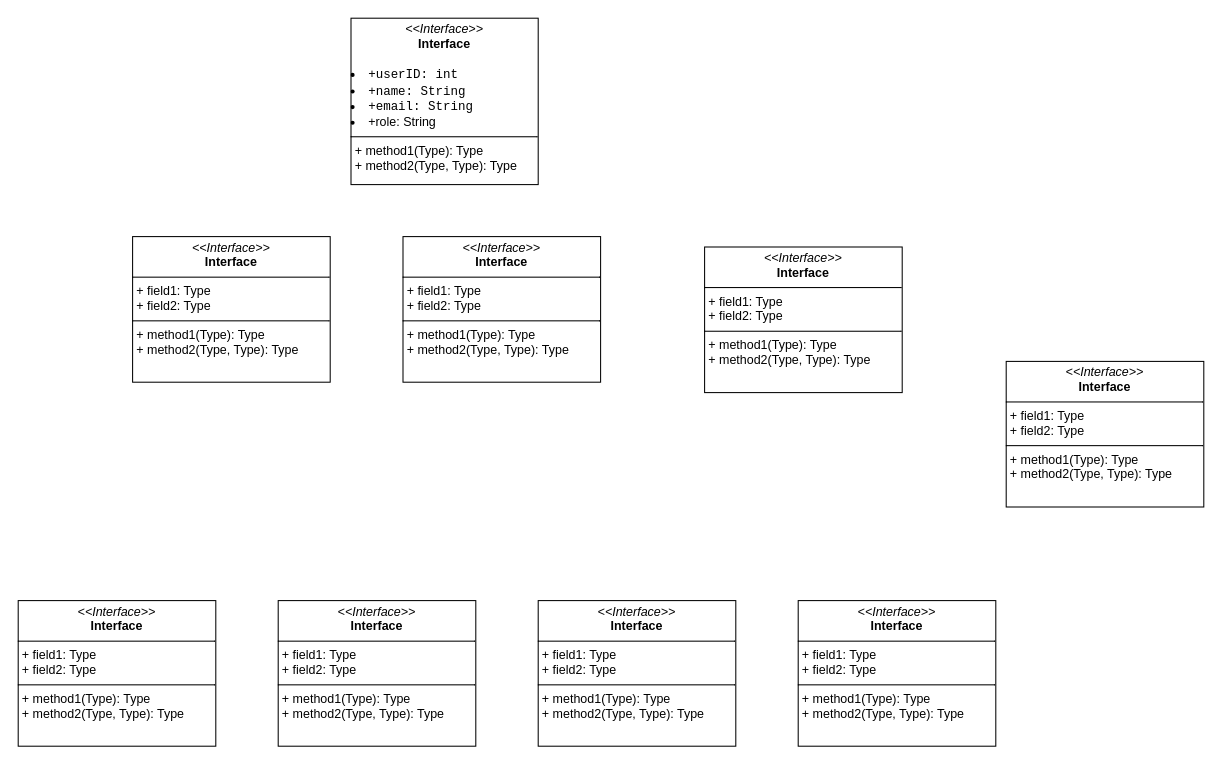
This is Untitled Diagram.drawio from Animofly/se_assign_3, a draw.io file, before an edit. Source tidied: cells renumbered, new cells numbered last; positions are measured from the earlier drawing's top-left corner, leaving out a move shared by most shapes. Both pictures are drawn from the tidied source at 104%, with x=0, y=0 at pixel (18, 18).
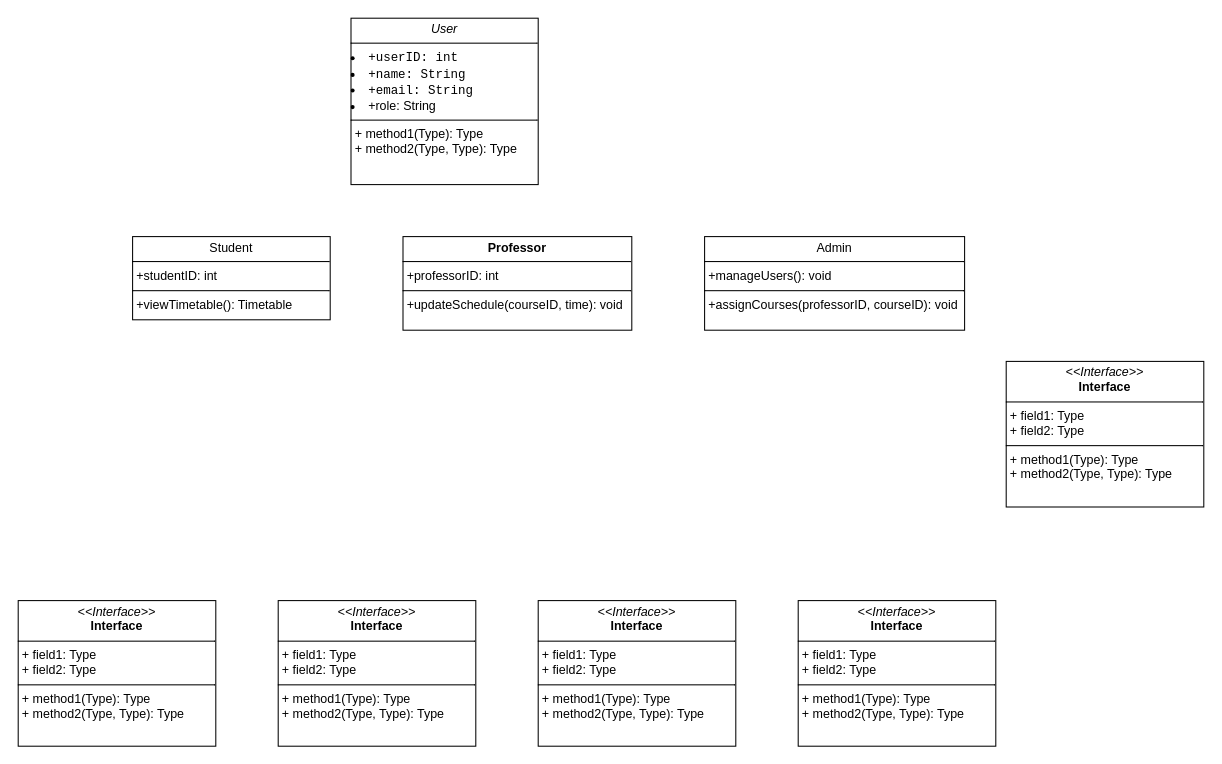
Above is the later version.

The edit, as a diff of the source:
```diff
@@
 <mxGraphModel>
   <root>
     <mxCell id="0" />
     <mxCell id="1" parent="0" />
-    <mxCell id="2" value="&lt;p style=&quot;margin:0px;margin-top:4px;text-align:center;&quot;&gt;&lt;i&gt;&amp;lt;&amp;lt;Interface&amp;gt;&amp;gt;&lt;/i&gt;&lt;br&gt;&lt;b&gt;Interface&lt;/b&gt;&lt;/p&gt;&lt;br&gt;&lt;li&gt;&lt;code&gt;+userID: int&lt;/code&gt;&lt;/li&gt;&lt;li&gt;&lt;code&gt;+name: String&lt;/code&gt;&lt;/li&gt;&lt;li&gt;&lt;code&gt;+email: String&lt;/code&gt;&lt;/li&gt;&lt;li&gt;+role: String&lt;/li&gt;&lt;hr size=&quot;1&quot; style=&quot;border-style:solid;&quot;&gt;&lt;p style=&quot;margin:0px;margin-left:4px;&quot;&gt;+ method1(Type): Type&lt;br&gt;+ method2(Type, Type): Type&lt;/p&gt;" style="verticalAlign=top;align=left;overflow=fill;html=1;whiteSpace=wrap;" parent="1" vertex="1">
+    <mxCell id="2" value="&lt;p style=&quot;margin:0px;margin-top:4px;text-align:center;&quot;&gt;&lt;i&gt;User&lt;/i&gt;&lt;/p&gt;&lt;hr size=&quot;1&quot; style=&quot;border-style:solid;&quot;&gt;&lt;li&gt;&lt;code&gt;+userID: int&lt;/code&gt;&lt;/li&gt;&lt;li&gt;&lt;code&gt;+name: String&lt;/code&gt;&lt;/li&gt;&lt;li&gt;&lt;code&gt;+email: String&lt;/code&gt;&lt;/li&gt;&lt;li&gt;+role: String&lt;/li&gt;&lt;hr size=&quot;1&quot; style=&quot;border-style:solid;&quot;&gt;&lt;p style=&quot;margin:0px;margin-left:4px;&quot;&gt;+ method1(Type): Type&lt;br&gt;+ method2(Type, Type): Type&lt;/p&gt;" style="verticalAlign=top;align=left;overflow=fill;html=1;whiteSpace=wrap;" parent="1" vertex="1">
       <mxGeometry x="320" width="180" height="160" as="geometry" />
     </mxCell>
-    <mxCell id="3" value="&lt;p style=&quot;margin:0px;margin-top:4px;text-align:center;&quot;&gt;&lt;i&gt;&amp;lt;&amp;lt;Interface&amp;gt;&amp;gt;&lt;/i&gt;&lt;br/&gt;&lt;b&gt;Interface&lt;/b&gt;&lt;/p&gt;&lt;hr size=&quot;1&quot; style=&quot;border-style:solid;&quot;/&gt;&lt;p style=&quot;margin:0px;margin-left:4px;&quot;&gt;+ field1: Type&lt;br/&gt;+ field2: Type&lt;/p&gt;&lt;hr size=&quot;1&quot; style=&quot;border-style:solid;&quot;/&gt;&lt;p style=&quot;margin:0px;margin-left:4px;&quot;&gt;+ method1(Type): Type&lt;br/&gt;+ method2(Type, Type): Type&lt;/p&gt;" style="verticalAlign=top;align=left;overflow=fill;html=1;whiteSpace=wrap;" parent="1" vertex="1">
-      <mxGeometry x="110" y="210" width="190" height="140" as="geometry" />
+    <mxCell id="3" value="&lt;p style=&quot;margin:0px;margin-top:4px;text-align:center;&quot;&gt;Student&lt;/p&gt;&lt;hr size=&quot;1&quot; style=&quot;border-style:solid;&quot;&gt;&lt;p style=&quot;margin:0px;margin-left:4px;&quot;&gt;+studentID: int&lt;/p&gt;&lt;hr size=&quot;1&quot; style=&quot;border-style:solid;&quot;&gt;&lt;p style=&quot;margin:0px;margin-left:4px;&quot;&gt;+viewTimetable(): Timetable&lt;/p&gt;" style="verticalAlign=top;align=left;overflow=fill;html=1;whiteSpace=wrap;" parent="1" vertex="1">
+      <mxGeometry x="110" y="210" width="190" height="80" as="geometry" />
     </mxCell>
     <mxCell id="4" value="&lt;p style=&quot;margin:0px;margin-top:4px;text-align:center;&quot;&gt;&lt;i&gt;&amp;lt;&amp;lt;Interface&amp;gt;&amp;gt;&lt;/i&gt;&lt;br/&gt;&lt;b&gt;Interface&lt;/b&gt;&lt;/p&gt;&lt;hr size=&quot;1&quot; style=&quot;border-style:solid;&quot;/&gt;&lt;p style=&quot;margin:0px;margin-left:4px;&quot;&gt;+ field1: Type&lt;br/&gt;+ field2: Type&lt;/p&gt;&lt;hr size=&quot;1&quot; style=&quot;border-style:solid;&quot;/&gt;&lt;p style=&quot;margin:0px;margin-left:4px;&quot;&gt;+ method1(Type): Type&lt;br/&gt;+ method2(Type, Type): Type&lt;/p&gt;" style="verticalAlign=top;align=left;overflow=fill;html=1;whiteSpace=wrap;" parent="1" vertex="1">
       <mxGeometry x="500" y="560" width="190" height="140" as="geometry" />
     </mxCell>
     <mxCell id="5" value="&lt;p style=&quot;margin:0px;margin-top:4px;text-align:center;&quot;&gt;&lt;i&gt;&amp;lt;&amp;lt;Interface&amp;gt;&amp;gt;&lt;/i&gt;&lt;br/&gt;&lt;b&gt;Interface&lt;/b&gt;&lt;/p&gt;&lt;hr size=&quot;1&quot; style=&quot;border-style:solid;&quot;/&gt;&lt;p style=&quot;margin:0px;margin-left:4px;&quot;&gt;+ field1: Type&lt;br/&gt;+ field2: Type&lt;/p&gt;&lt;hr size=&quot;1&quot; style=&quot;border-style:solid;&quot;/&gt;&lt;p style=&quot;margin:0px;margin-left:4px;&quot;&gt;+ method1(Type): Type&lt;br/&gt;+ method2(Type, Type): Type&lt;/p&gt;" style="verticalAlign=top;align=left;overflow=fill;html=1;whiteSpace=wrap;" parent="1" vertex="1">
       <mxGeometry y="560" width="190" height="140" as="geometry" />
     </mxCell>
-    <mxCell id="6" value="&lt;p style=&quot;margin:0px;margin-top:4px;text-align:center;&quot;&gt;&lt;i&gt;&amp;lt;&amp;lt;Interface&amp;gt;&amp;gt;&lt;/i&gt;&lt;br/&gt;&lt;b&gt;Interface&lt;/b&gt;&lt;/p&gt;&lt;hr size=&quot;1&quot; style=&quot;border-style:solid;&quot;/&gt;&lt;p style=&quot;margin:0px;margin-left:4px;&quot;&gt;+ field1: Type&lt;br/&gt;+ field2: Type&lt;/p&gt;&lt;hr size=&quot;1&quot; style=&quot;border-style:solid;&quot;/&gt;&lt;p style=&quot;margin:0px;margin-left:4px;&quot;&gt;+ method1(Type): Type&lt;br/&gt;+ method2(Type, Type): Type&lt;/p&gt;" style="verticalAlign=top;align=left;overflow=fill;html=1;whiteSpace=wrap;" parent="1" vertex="1">
-      <mxGeometry x="370" y="210" width="190" height="140" as="geometry" />
+    <mxCell id="6" value="&lt;p style=&quot;margin:0px;margin-top:4px;text-align:center;&quot;&gt;&lt;strong&gt;Professor&lt;/strong&gt;&lt;/p&gt;&lt;hr size=&quot;1&quot; style=&quot;border-style:solid;&quot;&gt;&lt;p style=&quot;margin:0px;margin-left:4px;&quot;&gt;+professorID: int&lt;/p&gt;&lt;hr size=&quot;1&quot; style=&quot;border-style:solid;&quot;&gt;&lt;p style=&quot;margin:0px;margin-left:4px;&quot;&gt;+updateSchedule(courseID, time): void&lt;/p&gt;" style="verticalAlign=top;align=left;overflow=fill;html=1;whiteSpace=wrap;" parent="1" vertex="1">
+      <mxGeometry x="370" y="210" width="220" height="90" as="geometry" />
     </mxCell>
     <mxCell id="7" value="&lt;p style=&quot;margin:0px;margin-top:4px;text-align:center;&quot;&gt;&lt;i&gt;&amp;lt;&amp;lt;Interface&amp;gt;&amp;gt;&lt;/i&gt;&lt;br/&gt;&lt;b&gt;Interface&lt;/b&gt;&lt;/p&gt;&lt;hr size=&quot;1&quot; style=&quot;border-style:solid;&quot;/&gt;&lt;p style=&quot;margin:0px;margin-left:4px;&quot;&gt;+ field1: Type&lt;br/&gt;+ field2: Type&lt;/p&gt;&lt;hr size=&quot;1&quot; style=&quot;border-style:solid;&quot;/&gt;&lt;p style=&quot;margin:0px;margin-left:4px;&quot;&gt;+ method1(Type): Type&lt;br/&gt;+ method2(Type, Type): Type&lt;/p&gt;" style="verticalAlign=top;align=left;overflow=fill;html=1;whiteSpace=wrap;" parent="1" vertex="1">
       <mxGeometry x="750" y="560" width="190" height="140" as="geometry" />
     </mxCell>
     <mxCell id="8" value="&lt;p style=&quot;margin:0px;margin-top:4px;text-align:center;&quot;&gt;&lt;i&gt;&amp;lt;&amp;lt;Interface&amp;gt;&amp;gt;&lt;/i&gt;&lt;br/&gt;&lt;b&gt;Interface&lt;/b&gt;&lt;/p&gt;&lt;hr size=&quot;1&quot; style=&quot;border-style:solid;&quot;/&gt;&lt;p style=&quot;margin:0px;margin-left:4px;&quot;&gt;+ field1: Type&lt;br/&gt;+ field2: Type&lt;/p&gt;&lt;hr size=&quot;1&quot; style=&quot;border-style:solid;&quot;/&gt;&lt;p style=&quot;margin:0px;margin-left:4px;&quot;&gt;+ method1(Type): Type&lt;br/&gt;+ method2(Type, Type): Type&lt;/p&gt;" style="verticalAlign=top;align=left;overflow=fill;html=1;whiteSpace=wrap;" parent="1" vertex="1">
       <mxGeometry x="250" y="560" width="190" height="140" as="geometry" />
     </mxCell>
     <mxCell id="9" value="&lt;p style=&quot;margin:0px;margin-top:4px;text-align:center;&quot;&gt;&lt;i&gt;&amp;lt;&amp;lt;Interface&amp;gt;&amp;gt;&lt;/i&gt;&lt;br/&gt;&lt;b&gt;Interface&lt;/b&gt;&lt;/p&gt;&lt;hr size=&quot;1&quot; style=&quot;border-style:solid;&quot;/&gt;&lt;p style=&quot;margin:0px;margin-left:4px;&quot;&gt;+ field1: Type&lt;br/&gt;+ field2: Type&lt;/p&gt;&lt;hr size=&quot;1&quot; style=&quot;border-style:solid;&quot;/&gt;&lt;p style=&quot;margin:0px;margin-left:4px;&quot;&gt;+ method1(Type): Type&lt;br/&gt;+ method2(Type, Type): Type&lt;/p&gt;" style="verticalAlign=top;align=left;overflow=fill;html=1;whiteSpace=wrap;" parent="1" vertex="1">
       <mxGeometry x="950" y="330" width="190" height="140" as="geometry" />
     </mxCell>
-    <mxCell id="10" value="&lt;p style=&quot;margin:0px;margin-top:4px;text-align:center;&quot;&gt;&lt;i&gt;&amp;lt;&amp;lt;Interface&amp;gt;&amp;gt;&lt;/i&gt;&lt;br/&gt;&lt;b&gt;Interface&lt;/b&gt;&lt;/p&gt;&lt;hr size=&quot;1&quot; style=&quot;border-style:solid;&quot;/&gt;&lt;p style=&quot;margin:0px;margin-left:4px;&quot;&gt;+ field1: Type&lt;br/&gt;+ field2: Type&lt;/p&gt;&lt;hr size=&quot;1&quot; style=&quot;border-style:solid;&quot;/&gt;&lt;p style=&quot;margin:0px;margin-left:4px;&quot;&gt;+ method1(Type): Type&lt;br/&gt;+ method2(Type, Type): Type&lt;/p&gt;" style="verticalAlign=top;align=left;overflow=fill;html=1;whiteSpace=wrap;" parent="1" vertex="1">
-      <mxGeometry x="660" y="220" width="190" height="140" as="geometry" />
+    <mxCell id="10" value="&lt;p style=&quot;margin:0px;margin-top:4px;text-align:center;&quot;&gt;Admin&lt;/p&gt;&lt;hr size=&quot;1&quot; style=&quot;border-style:solid;&quot;&gt;&lt;p style=&quot;margin:0px;margin-left:4px;&quot;&gt;+manageUsers(): void&lt;/p&gt;&lt;hr size=&quot;1&quot; style=&quot;border-style:solid;&quot;&gt;&lt;p style=&quot;margin:0px;margin-left:4px;&quot;&gt;+assignCourses(professorID, courseID): void&lt;/p&gt;" style="verticalAlign=top;align=left;overflow=fill;html=1;whiteSpace=wrap;" parent="1" vertex="1">
+      <mxGeometry x="660" y="210" width="250" height="90" as="geometry" />
     </mxCell>
   </root>
 </mxGraphModel>
```
